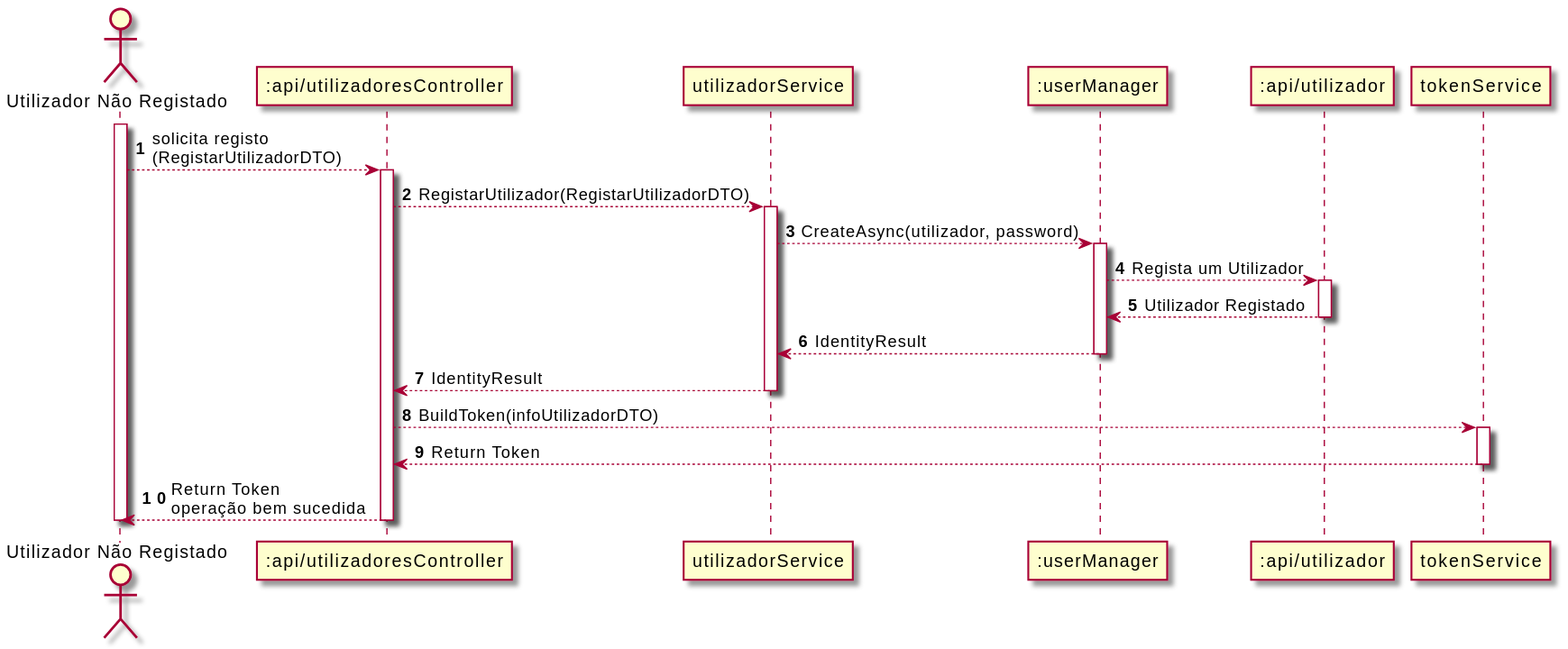
UPskillDOTNET/Jakim-das-Coives-S.A. keeps this PlantUML diagram as Documentos/Sprint4/UC1/UC1_SD.svg. Above is the earlier version.
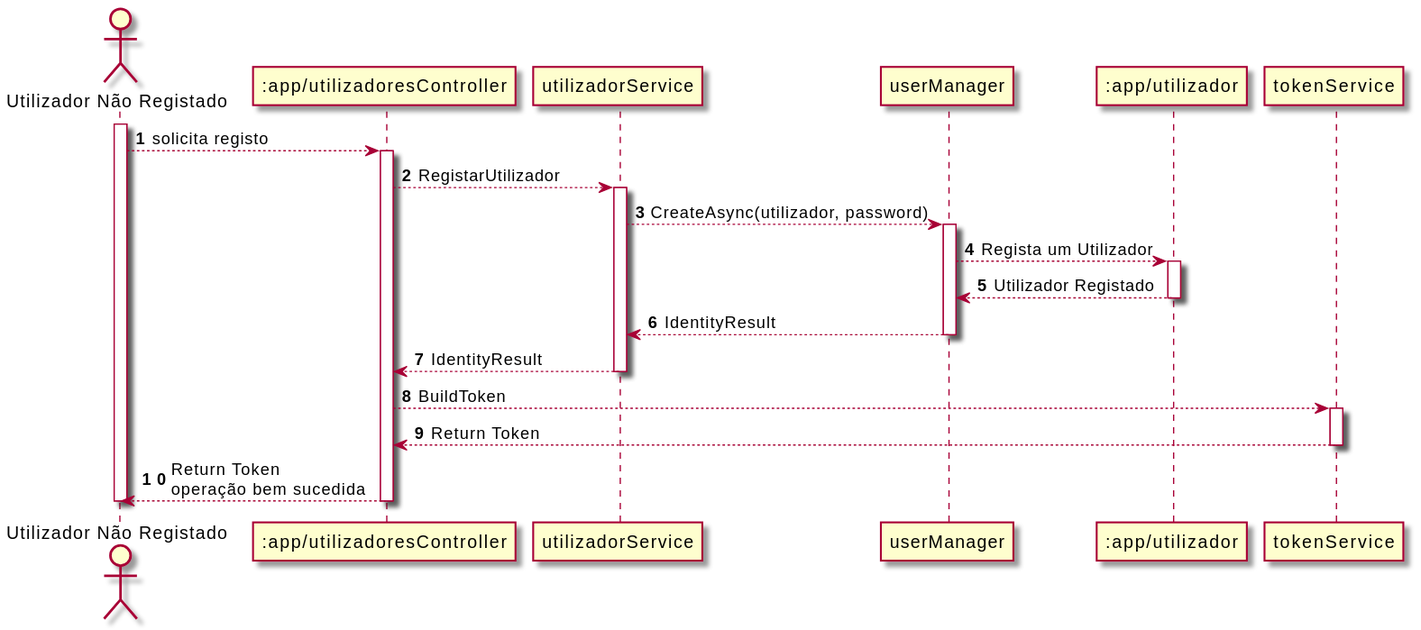
Later version of the same file.

The edit, as a diff of the source:
```diff
@@ -1,18 +1,18 @@
 @startuml
 autonumber
 actor "Utilizador Não Registado" as UNR
-participant ":api/utilizadoresController" as UC
+participant ":app/utilizadoresController" as UC
 participant "utilizadorService" as S
-participant ":userManager" as UM
-participant ":api/utilizador" as U
+participant "userManager" as UM
+participant ":app/utilizador" as U
 participant "tokenService" as TS
 
 
 activate UNR
-UNR --> UC : solicita registo\n(RegistarUtilizadorDTO)
+UNR --> UC : solicita registo
 activate UC
 
-UC --> S : RegistarUtilizador(RegistarUtilizadorDTO)
+UC --> S : RegistarUtilizador
 activate S
 
 S --> UM : CreateAsync(utilizador, password)
@@ -30,7 +30,7 @@
 S --> UC : IdentityResult
 deactivate S
 
-UC --> TS : BuildToken(infoUtilizadorDTO)
+UC --> TS : BuildToken
 activate TS
 
 TS --> UC : Return Token
```
